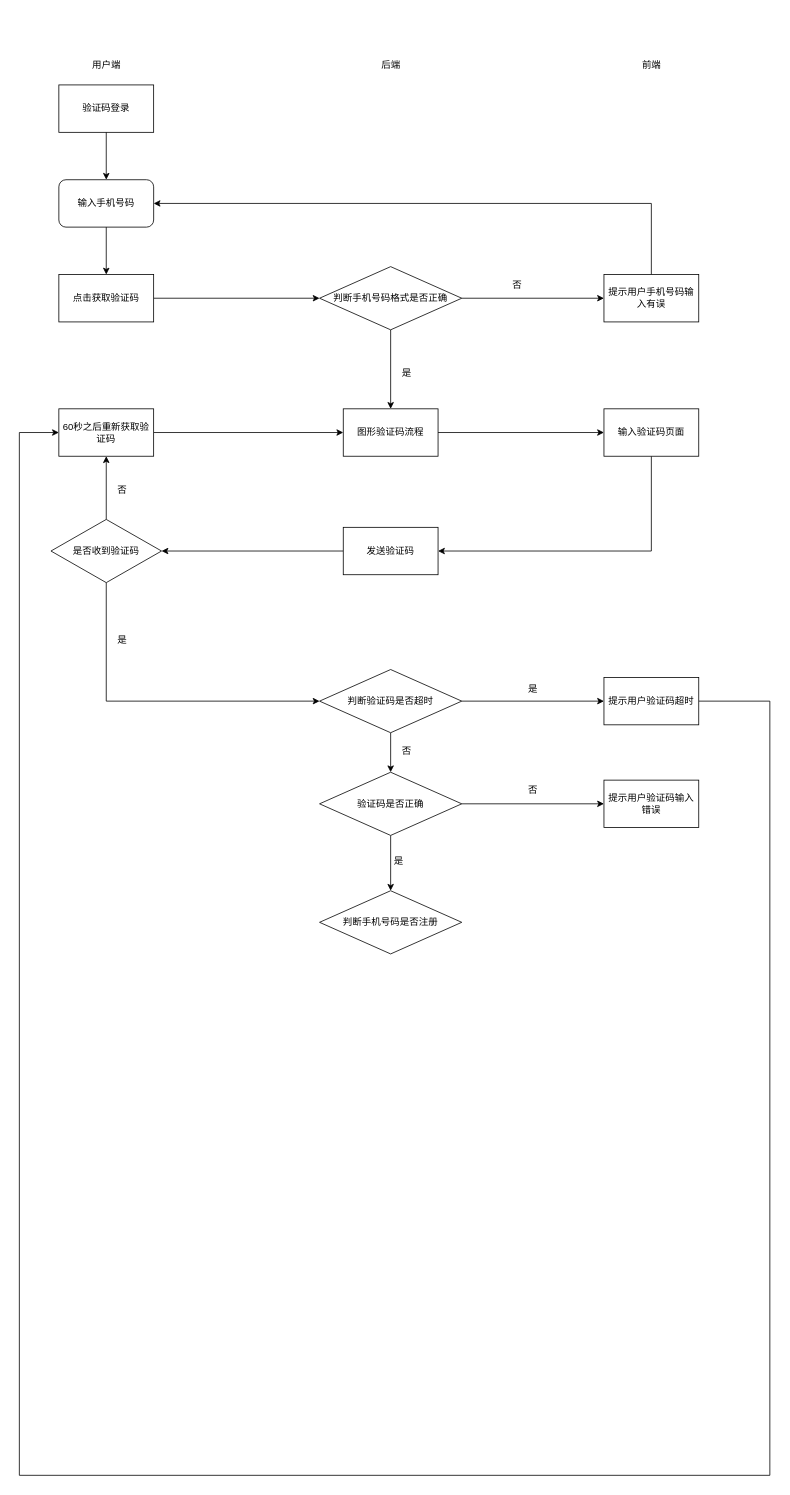
This is 未命名绘图.drawio from JungleYou/-liuchengtu, a draw.io file, before an edit. Source tidied: cells renumbered, new cells numbered last; positions are measured from the earlier drawing's top-left corner, leaving out a move shared by most shapes. Both pictures are drawn from the tidied source at 79%, with x=0, y=0 at pixel (19, 53).
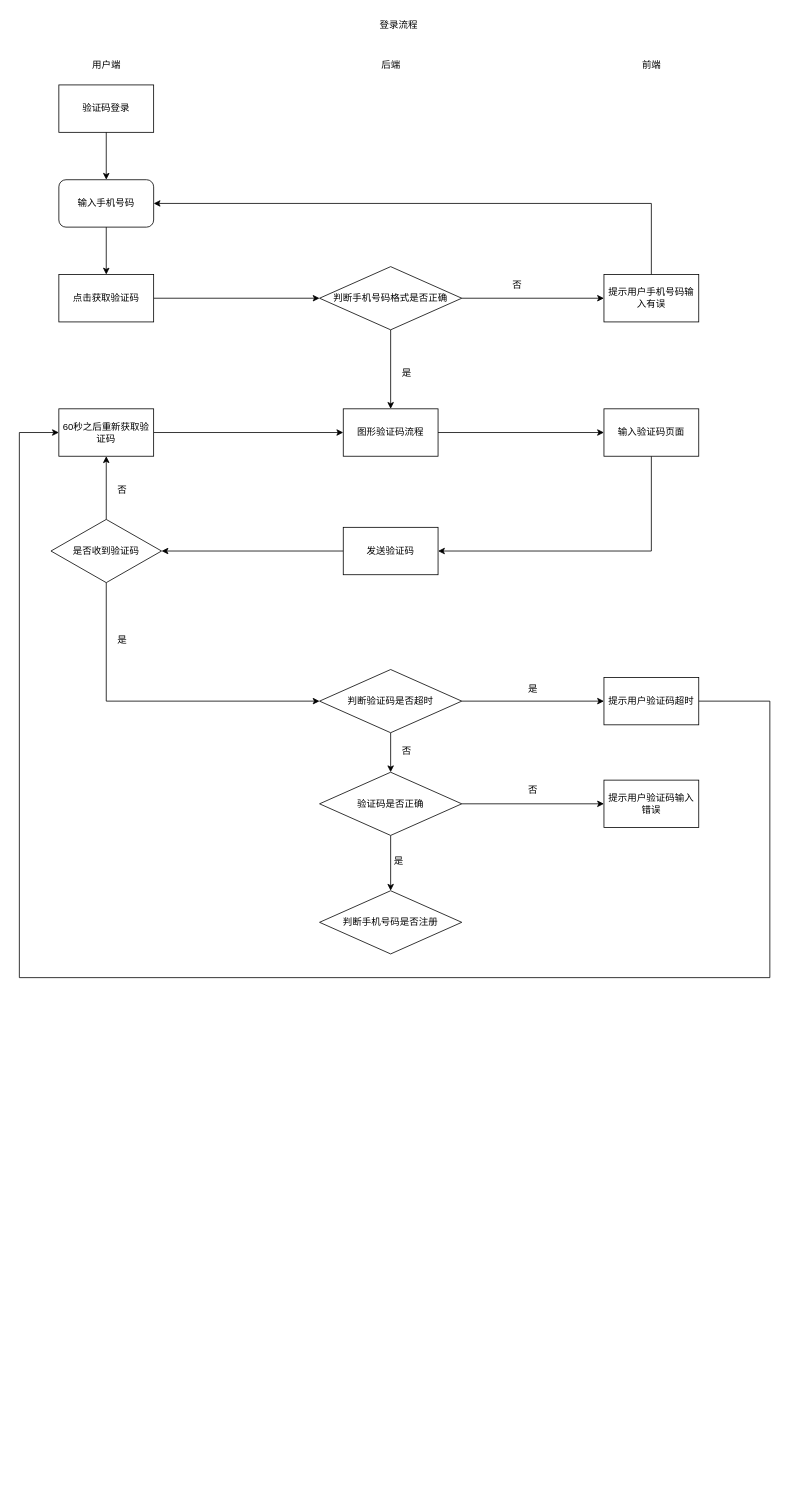
After the change.

The change refers to these unchanged cells:
```xml
<mxCell id="28" value="60秒之后重新获取验证码" style="whiteSpace=wrap;html=1;" parent="1" vertex="1">
  <mxGeometry x="50" y="450" width="120" height="60" as="geometry" />
</mxCell>
<mxCell id="35" value="提示用户验证码超时" style="whiteSpace=wrap;html=1;" parent="1" vertex="1">
  <mxGeometry x="740" y="790" width="120" height="60" as="geometry" />
</mxCell>
```

What changed in the source:
```diff
@@
     <mxCell id="34" style="edgeStyle=orthogonalEdgeStyle;rounded=0;jettySize=auto;html=1;exitX=1;exitY=0.5;exitDx=0;exitDy=0;" parent="1" edge="1" source="35" target="28">
       <mxGeometry relative="1" as="geometry">
         <Array as="points">
           <mxPoint x="950" y="820" />
-          <mxPoint x="950" y="1800" />
-          <mxPoint y="1800" />
+          <mxPoint x="950" y="1170" />
+          <mxPoint y="1170" />
           <mxPoint y="480" />
         </Array>
       </mxGeometry>
     </mxCell>
@@
+    <mxCell id="45" value="登录流程" style="text;html=1;align=center;verticalAlign=middle;strokeColor=none;fillColor=none;" parent="1" vertex="1">
+      <mxGeometry x="445" y="-50" width="70" height="30" as="geometry" />
+    </mxCell>
```
